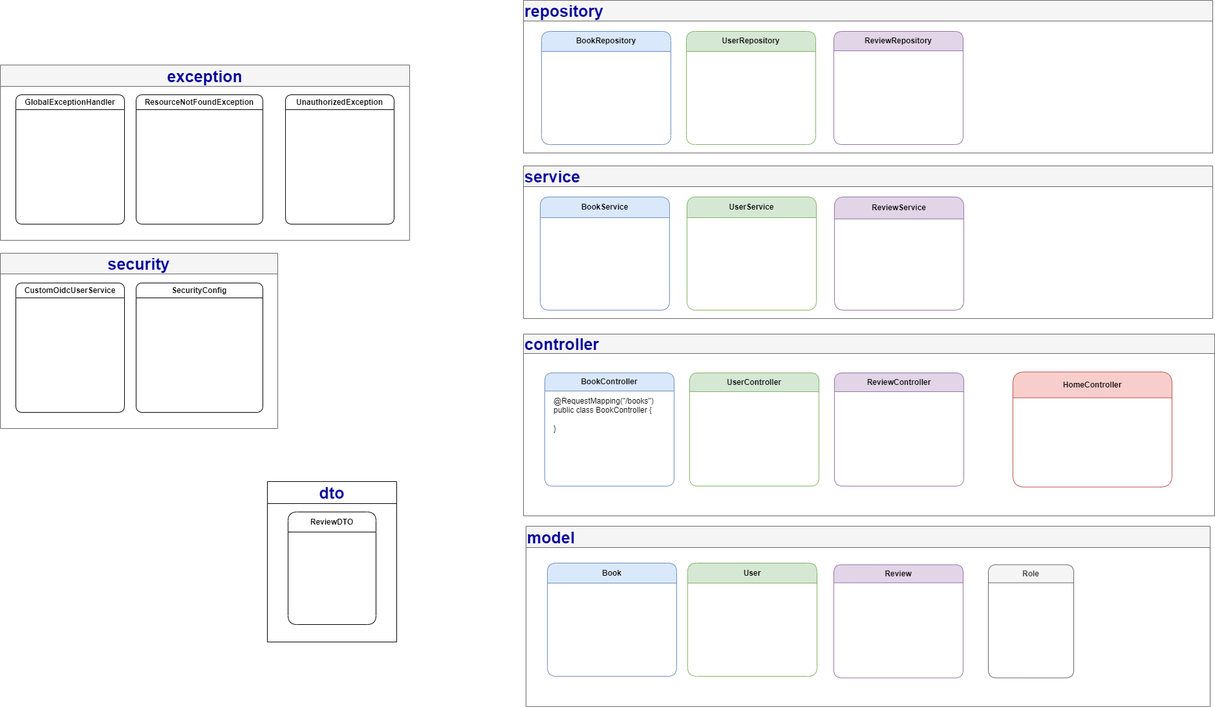
tathienbao/Backend-BookReview keeps this draw.io diagram as backend/src/main/resources/Components Diagram.drawio.png. Above is the earlier version. Source tidied: cells renumbered, new cells last; positions are measured from the earlier drawing's top-left corner, leaving out a move shared by most shapes.
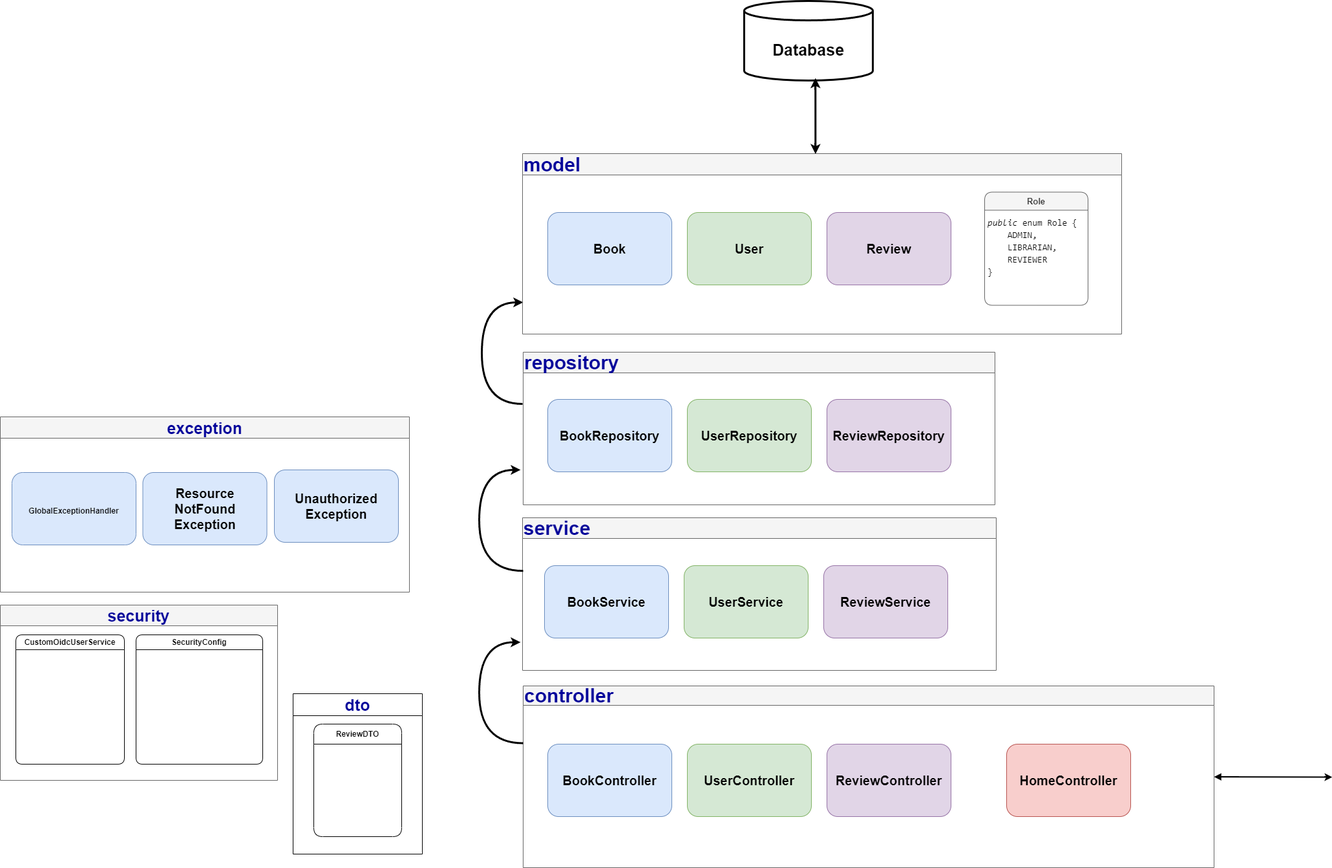
Above is the later version.

What changed in the source:
```diff
@@ -2,53 +2,50 @@
   <root>
     <mxCell id="0" />
     <mxCell id="1" parent="0" />
+    <mxCell id="30" style="edgeStyle=orthogonalEdgeStyle;curved=1;rounded=0;jettySize=auto;html=1;startArrow=block;startFill=1;strokeWidth=2;" parent="1" edge="1" source="2">
+      <mxGeometry relative="1" as="geometry">
+        <mxPoint x="2061" y="657" as="targetPoint" />
+      </mxGeometry>
+    </mxCell>
-    <mxCell id="2" value="&lt;font color=&quot;#000099&quot; style=&quot;font-size: 25px;&quot;&gt;controller&lt;/font&gt;" style="swimlane;whiteSpace=wrap;html=1;startSize=30;align=left;fillColor=#f5f5f5;fontColor=#333333;strokeColor=#666666;" parent="1" vertex="1">
+    <mxCell id="2" value="&lt;font color=&quot;#000099&quot; style=&quot;font-size: 30px;&quot;&gt;controller&lt;/font&gt;" style="swimlane;whiteSpace=wrap;html=1;startSize=30;align=left;fillColor=#f5f5f5;fontColor=#333333;strokeColor=#666666;" parent="1" vertex="1">
       <mxGeometry x="809" y="516" width="1069" height="281" as="geometry" />
     </mxCell>
-    <mxCell id="3" value="BookController" style="swimlane;whiteSpace=wrap;html=1;rounded=1;swimlaneLine=1;fillColor=#dae8fc;strokeColor=#6c8ebf;startSize=28;" parent="2" vertex="1">
-      <mxGeometry x="33" y="60" width="200" height="175" as="geometry" />
+    <mxCell id="3" value="&lt;div&gt;&lt;span style=&quot;font-size: 20px; font-weight: 700;&quot;&gt;BookController&lt;/span&gt;&lt;br&gt;&lt;/div&gt;" style="rounded=1;whiteSpace=wrap;html=1;fillColor=#dae8fc;strokeColor=#6c8ebf;" parent="2" vertex="1">
+      <mxGeometry x="38" y="90" width="192" height="112" as="geometry" />
     </mxCell>
-    <mxCell id="4" value="@RequestMapping(&quot;/books&quot;)&lt;div&gt;public class BookController {&lt;/div&gt;&lt;div&gt;&lt;span style=&quot;background-color: initial;&quot;&gt;&lt;br&gt;&lt;/span&gt;&lt;/div&gt;&lt;div&gt;&lt;span style=&quot;background-color: initial;&quot;&gt;}&lt;/span&gt;&lt;/div&gt;" style="text;html=1;align=left;verticalAlign=middle;strokeColor=none;fillColor=none;" parent="3" vertex="1">
-      <mxGeometry x="12" y="30" width="173" height="70" as="geometry" />
-    </mxCell>
+    <mxCell id="7" value="&lt;span style=&quot;font-size: 20px; font-weight: 700;&quot;&gt;UserController&lt;/span&gt;" style="rounded=1;whiteSpace=wrap;html=1;fillColor=#d5e8d4;strokeColor=#82b366;" parent="2" vertex="1">
+      <mxGeometry x="254" y="90" width="192" height="112" as="geometry" />
+    </mxCell>
+    <mxCell id="6" value="&lt;span style=&quot;font-size: 20px; font-weight: 700;&quot;&gt;ReviewController&lt;/span&gt;" style="rounded=1;whiteSpace=wrap;html=1;fillColor=#e1d5e7;strokeColor=#9673a6;" parent="2" vertex="1">
+      <mxGeometry x="470" y="90" width="192" height="112" as="geometry" />
+    </mxCell>
-    <mxCell id="5" value="HomeController" style="swimlane;whiteSpace=wrap;html=1;rounded=1;swimlaneLine=1;startSize=40;fillColor=#f8cecc;strokeColor=#b85450;" parent="2" vertex="1">
-      <mxGeometry x="757" y="58.5" width="246" height="178" as="geometry" />
+    <mxCell id="5" value="&lt;span style=&quot;font-size: 20px; font-weight: 700;&quot;&gt;HomeController&lt;/span&gt;" style="rounded=1;whiteSpace=wrap;html=1;fillColor=#f8cecc;strokeColor=#b85450;" parent="2" vertex="1">
+      <mxGeometry x="748" y="90" width="192" height="112" as="geometry" />
     </mxCell>
-    <mxCell id="6" value="ReviewController" style="swimlane;whiteSpace=wrap;html=1;rounded=1;swimlaneLine=1;startSize=29;fillColor=#e1d5e7;strokeColor=#9673a6;" parent="2" vertex="1">
-      <mxGeometry x="481" y="60" width="200" height="175" as="geometry" />
-    </mxCell>
-    <mxCell id="7" value="UserController" style="swimlane;whiteSpace=wrap;html=1;rounded=1;swimlaneLine=1;startSize=29;fillColor=#d5e8d4;strokeColor=#82b366;" parent="2" vertex="1">
-      <mxGeometry x="257" y="60" width="200" height="175" as="geometry" />
-    </mxCell>
-    <mxCell id="8" value="&lt;font color=&quot;#000099&quot; style=&quot;font-size: 25px;&quot;&gt;model&lt;/font&gt;" style="swimlane;whiteSpace=wrap;html=1;startSize=33;align=left;fillColor=#f5f5f5;fontColor=#333333;strokeColor=#666666;" parent="1" vertex="1">
-      <mxGeometry x="813" y="813" width="1058" height="279" as="geometry" />
-    </mxCell>
-    <mxCell id="9" value="Book" style="swimlane;whiteSpace=wrap;html=1;rounded=1;startSize=31;fillColor=#dae8fc;strokeColor=#6c8ebf;" parent="8" vertex="1">
-      <mxGeometry x="33" y="57" width="200" height="175" as="geometry" />
-    </mxCell>
-    <mxCell id="10" value="User" style="swimlane;whiteSpace=wrap;html=1;rounded=1;startSize=31;fillColor=#d5e8d4;strokeColor=#82b366;" parent="8" vertex="1">
-      <mxGeometry x="250" y="57" width="200" height="175" as="geometry" />
-    </mxCell>
-    <mxCell id="11" value="Review" style="swimlane;whiteSpace=wrap;html=1;rounded=1;startSize=28;fillColor=#e1d5e7;strokeColor=#9673a6;" parent="8" vertex="1">
-      <mxGeometry x="476" y="59.5" width="200" height="175" as="geometry" />
-    </mxCell>
-    <mxCell id="12" value="Role" style="swimlane;whiteSpace=wrap;html=1;rounded=1;startSize=28;fillColor=#f5f5f5;fontColor=#333333;strokeColor=#666666;" parent="8" vertex="1">
-      <mxGeometry x="715" y="59.5" width="132" height="175" as="geometry" />
-    </mxCell>
+    <mxCell id="31" style="edgeStyle=orthogonalEdgeStyle;curved=1;rounded=0;orthogonalLoop=1;jettySize=auto;html=1;exitX=0;exitY=0.25;exitDx=0;exitDy=0;entryX=0;entryY=0.75;entryDx=0;entryDy=0;strokeWidth=3;" parent="1" edge="1">
+      <mxGeometry relative="1" as="geometry">
+        <mxPoint x="808" y="80" as="sourcePoint" />
+        <mxPoint x="809" y="-77" as="targetPoint" />
+        <Array as="points">
+          <mxPoint x="745" y="79.2" />
+          <mxPoint x="745" y="-76.8" />
+        </Array>
+      </mxGeometry>
+    </mxCell>
-    <mxCell id="13" value="&lt;font color=&quot;#000099&quot; style=&quot;font-size: 25px;&quot;&gt;repository&lt;/font&gt;" style="swimlane;whiteSpace=wrap;html=1;startSize=32;align=left;fillColor=#f5f5f5;fontColor=#333333;strokeColor=#666666;" parent="1" vertex="1">
-      <mxGeometry x="809" width="1066" height="236" as="geometry" />
+    <mxCell id="13" value="&lt;font color=&quot;#000099&quot; style=&quot;font-size: 30px;&quot;&gt;repository&lt;/font&gt;" style="swimlane;whiteSpace=wrap;html=1;startSize=32;align=left;fillColor=#f5f5f5;fontColor=#333333;strokeColor=#666666;" parent="1" vertex="1">
+      <mxGeometry x="809" width="730" height="236" as="geometry" />
     </mxCell>
-    <mxCell id="14" value="BookRepository" style="swimlane;whiteSpace=wrap;html=1;rounded=1;startSize=31;fillColor=#dae8fc;strokeColor=#6c8ebf;" parent="13" vertex="1">
-      <mxGeometry x="28" y="48" width="200" height="175" as="geometry" />
+    <mxCell id="14" value="&lt;div&gt;&lt;span style=&quot;font-size: 20px; font-weight: 700;&quot;&gt;BookRepository&lt;/span&gt;&lt;br&gt;&lt;/div&gt;" style="rounded=1;whiteSpace=wrap;html=1;fillColor=#dae8fc;strokeColor=#6c8ebf;" parent="13" vertex="1">
+      <mxGeometry x="38" y="73" width="192" height="112" as="geometry" />
     </mxCell>
-    <mxCell id="15" value="UserRepository" style="swimlane;whiteSpace=wrap;html=1;rounded=1;startSize=31;fillColor=#d5e8d4;strokeColor=#82b366;" parent="13" vertex="1">
-      <mxGeometry x="252" y="48" width="200" height="175" as="geometry" />
+    <mxCell id="15" value="&lt;span style=&quot;font-size: 20px; font-weight: 700;&quot;&gt;UserRepository&lt;/span&gt;" style="rounded=1;whiteSpace=wrap;html=1;fillColor=#d5e8d4;strokeColor=#82b366;" parent="13" vertex="1">
+      <mxGeometry x="254" y="73" width="192" height="112" as="geometry" />
     </mxCell>
-    <mxCell id="16" value="ReviewRepository" style="swimlane;whiteSpace=wrap;html=1;rounded=1;startSize=30;fillColor=#e1d5e7;strokeColor=#9673a6;" parent="13" vertex="1">
-      <mxGeometry x="480" y="48" width="200" height="175" as="geometry" />
+    <mxCell id="16" value="&lt;span style=&quot;font-size: 20px; font-weight: 700;&quot;&gt;ReviewRepository&lt;/span&gt;" style="rounded=1;whiteSpace=wrap;html=1;fillColor=#e1d5e7;strokeColor=#9673a6;" parent="13" vertex="1">
+      <mxGeometry x="470" y="73" width="192" height="112" as="geometry" />
     </mxCell>
     <mxCell id="17" value="&lt;font color=&quot;#000099&quot; style=&quot;font-size: 25px;&quot;&gt;dto&lt;/font&gt;" style="swimlane;whiteSpace=wrap;html=1;startSize=34;" parent="1" vertex="1">
-      <mxGeometry x="413" y="744" width="200" height="248" as="geometry" />
+      <mxGeometry x="453" y="528" width="200" height="248" as="geometry" />
     </mxCell>
     <mxCell id="18" value="ReviewDTO" style="swimlane;whiteSpace=wrap;html=1;rounded=1;startSize=31;" parent="17" vertex="1">
       <mxGeometry x="32" y="47" width="136" height="174" as="geometry" />
@@ -56,26 +53,26 @@
     <mxCell id="19" value="&lt;font style=&quot;font-size: 25px;&quot; color=&quot;#000099&quot;&gt;exception&lt;/font&gt;" style="swimlane;whiteSpace=wrap;html=1;startSize=33;fillColor=#f5f5f5;fontColor=#333333;strokeColor=#666666;" parent="1" vertex="1">
       <mxGeometry y="100" width="633" height="271" as="geometry" />
     </mxCell>
+    <mxCell id="32" value="&lt;div style=&quot;font-size: 20px;&quot;&gt;&lt;span style=&quot;font-weight: 700;&quot;&gt;&lt;font style=&quot;font-size: 20px;&quot;&gt;Unauthorized&lt;/font&gt;&lt;/span&gt;&lt;/div&gt;&lt;div style=&quot;font-size: 20px;&quot;&gt;&lt;span style=&quot;font-weight: 700;&quot;&gt;&lt;font style=&quot;font-size: 20px;&quot;&gt;Exception&lt;/font&gt;&lt;/span&gt;&lt;br&gt;&lt;/div&gt;" style="rounded=1;whiteSpace=wrap;html=1;fillColor=#dae8fc;strokeColor=#6c8ebf;" parent="19" vertex="1">
+      <mxGeometry x="424" y="82" width="192" height="112" as="geometry" />
+    </mxCell>
+    <mxCell id="33" value="&lt;div style=&quot;font-size: 20px;&quot;&gt;&lt;span style=&quot;font-weight: 700;&quot;&gt;Resource&lt;/span&gt;&lt;/div&gt;&lt;div style=&quot;font-size: 20px;&quot;&gt;&lt;span style=&quot;font-weight: 700;&quot;&gt;NotFound&lt;/span&gt;&lt;/div&gt;&lt;div style=&quot;font-size: 20px;&quot;&gt;&lt;span style=&quot;font-weight: 700;&quot;&gt;Exception&lt;/span&gt;&lt;br&gt;&lt;/div&gt;" style="rounded=1;whiteSpace=wrap;html=1;fillColor=#dae8fc;strokeColor=#6c8ebf;" parent="19" vertex="1">
+      <mxGeometry x="220.5" y="86" width="192" height="112" as="geometry" />
+    </mxCell>
-    <mxCell id="20" value="GlobalExceptionHandler" style="swimlane;whiteSpace=wrap;html=1;rounded=1;" parent="19" vertex="1">
-      <mxGeometry x="24" y="46" width="168" height="200" as="geometry" />
+    <mxCell id="20" value="&lt;div style=&quot;font-size: 20px;&quot;&gt;&lt;span style=&quot;font-size: 12px; font-weight: 700;&quot;&gt;GlobalExceptionHandler&lt;/span&gt;&lt;br&gt;&lt;/div&gt;" style="rounded=1;whiteSpace=wrap;html=1;fillColor=#dae8fc;strokeColor=#6c8ebf;" parent="19" vertex="1">
+      <mxGeometry x="18" y="86" width="192" height="112" as="geometry" />
     </mxCell>
-    <mxCell id="21" value="ResourceNotFoundException" style="swimlane;whiteSpace=wrap;html=1;rounded=1;" parent="19" vertex="1">
-      <mxGeometry x="210" y="46" width="196" height="200" as="geometry" />
-    </mxCell>
-    <mxCell id="22" value="UnauthorizedException" style="swimlane;whiteSpace=wrap;html=1;rounded=1;" parent="19" vertex="1">
-      <mxGeometry x="441" y="46" width="168" height="200" as="geometry" />
-    </mxCell>
-    <mxCell id="23" value="&lt;font color=&quot;#000099&quot; style=&quot;font-size: 25px;&quot;&gt;service&lt;/font&gt;" style="swimlane;whiteSpace=wrap;html=1;startSize=32;align=left;fillColor=#f5f5f5;fontColor=#333333;strokeColor=#666666;" parent="1" vertex="1">
-      <mxGeometry x="809" y="256" width="1066" height="236" as="geometry" />
+    <mxCell id="23" value="&lt;font color=&quot;#000099&quot; style=&quot;font-size: 30px;&quot;&gt;service&lt;/font&gt;" style="swimlane;whiteSpace=wrap;html=1;startSize=32;align=left;fillColor=#f5f5f5;fontColor=#333333;strokeColor=#666666;" parent="1" vertex="1">
+      <mxGeometry x="808" y="256" width="733" height="236" as="geometry" />
     </mxCell>
-    <mxCell id="24" value="BookService" style="swimlane;whiteSpace=wrap;html=1;rounded=1;startSize=32;fillColor=#dae8fc;strokeColor=#6c8ebf;" parent="23" vertex="1">
-      <mxGeometry x="26" y="48" width="200" height="175" as="geometry" />
+    <mxCell id="24" value="&lt;div&gt;&lt;span style=&quot;font-size: 20px; font-weight: 700;&quot;&gt;BookService&lt;/span&gt;&lt;br&gt;&lt;/div&gt;" style="rounded=1;whiteSpace=wrap;html=1;fillColor=#dae8fc;strokeColor=#6c8ebf;" parent="23" vertex="1">
+      <mxGeometry x="34" y="74" width="192" height="112" as="geometry" />
     </mxCell>
-    <mxCell id="25" value="UserService" style="swimlane;whiteSpace=wrap;html=1;rounded=1;startSize=32;fillColor=#d5e8d4;strokeColor=#82b366;" parent="23" vertex="1">
-      <mxGeometry x="253" y="48" width="200" height="175" as="geometry" />
+    <mxCell id="25" value="&lt;span style=&quot;font-size: 20px; font-weight: 700;&quot;&gt;UserService&lt;/span&gt;" style="rounded=1;whiteSpace=wrap;html=1;fillColor=#d5e8d4;strokeColor=#82b366;" parent="23" vertex="1">
+      <mxGeometry x="250" y="74" width="192" height="112" as="geometry" />
     </mxCell>
-    <mxCell id="26" value="ReviewService" style="swimlane;whiteSpace=wrap;html=1;rounded=1;startSize=34;fillColor=#e1d5e7;strokeColor=#9673a6;" parent="23" vertex="1">
-      <mxGeometry x="481" y="48" width="200" height="175" as="geometry" />
+    <mxCell id="26" value="&lt;span style=&quot;font-size: 20px; font-weight: 700;&quot;&gt;ReviewService&lt;/span&gt;" style="rounded=1;whiteSpace=wrap;html=1;fillColor=#e1d5e7;strokeColor=#9673a6;" parent="23" vertex="1">
+      <mxGeometry x="466" y="74" width="192" height="112" as="geometry" />
     </mxCell>
     <mxCell id="27" value="&lt;font color=&quot;#000099&quot; style=&quot;font-size: 25px;&quot;&gt;security&lt;/font&gt;" style="swimlane;whiteSpace=wrap;html=1;startSize=32;fillColor=#f5f5f5;fontColor=#333333;strokeColor=#666666;" parent="1" vertex="1">
       <mxGeometry y="391" width="429" height="271" as="geometry" />
@@ -86,5 +83,49 @@
     <mxCell id="29" value="SecurityConfig" style="swimlane;whiteSpace=wrap;html=1;rounded=1;" parent="27" vertex="1">
       <mxGeometry x="210" y="46" width="196" height="200" as="geometry" />
     </mxCell>
+    <mxCell id="34" style="edgeStyle=orthogonalEdgeStyle;curved=1;rounded=0;orthogonalLoop=1;jettySize=auto;html=1;exitX=0;exitY=0.25;exitDx=0;exitDy=0;strokeWidth=3;" parent="1" edge="1">
+      <mxGeometry relative="1" as="geometry">
+        <mxPoint x="809" y="604.5" as="sourcePoint" />
+        <mxPoint x="805" y="448.4" as="targetPoint" />
+        <Array as="points">
+          <mxPoint x="741" y="604.5" />
+          <mxPoint x="741" y="448.5" />
+        </Array>
+      </mxGeometry>
+    </mxCell>
+    <mxCell id="35" style="edgeStyle=orthogonalEdgeStyle;curved=1;rounded=0;orthogonalLoop=1;jettySize=auto;html=1;exitX=0;exitY=0.25;exitDx=0;exitDy=0;strokeWidth=3;" parent="1" edge="1">
+      <mxGeometry relative="1" as="geometry">
+        <mxPoint x="809" y="338.1" as="sourcePoint" />
+        <mxPoint x="805" y="182" as="targetPoint" />
+        <Array as="points">
+          <mxPoint x="741" y="338.1" />
+          <mxPoint x="741" y="182.1" />
+        </Array>
+      </mxGeometry>
+    </mxCell>
+    <mxCell id="8" value="&lt;font color=&quot;#000099&quot; style=&quot;font-size: 30px;&quot;&gt;model&lt;/font&gt;" style="swimlane;whiteSpace=wrap;html=1;startSize=33;align=left;fillColor=#f5f5f5;fontColor=#333333;strokeColor=#666666;" parent="1" vertex="1">
+      <mxGeometry x="808" y="-307" width="927" height="279" as="geometry" />
+    </mxCell>
+    <mxCell id="12" value="&lt;font style=&quot;font-size: 13px;&quot;&gt;Role&lt;/font&gt;" style="swimlane;whiteSpace=wrap;html=1;rounded=1;startSize=28;fillColor=#f5f5f5;fontColor=#333333;strokeColor=#666666;" parent="8" vertex="1">
+      <mxGeometry x="715" y="59.5" width="160" height="175" as="geometry" />
+    </mxCell>
+    <mxCell id="36" value="&lt;div style=&quot;font-family: Consolas, &amp;quot;Courier New&amp;quot;, monospace; font-size: 14px; line-height: 19px; white-space-collapse: preserve;&quot;&gt;&lt;div style=&quot;&quot;&gt;&lt;span style=&quot;background-color: rgb(255, 255, 255);&quot;&gt;&lt;span style=&quot;font-style: italic;&quot;&gt;public&lt;/span&gt; enum Role {&lt;/span&gt;&lt;/div&gt;&lt;div style=&quot;&quot;&gt;&lt;span style=&quot;background-color: rgb(255, 255, 255);&quot;&gt;&amp;nbsp; &amp;nbsp; ADMIN,&lt;/span&gt;&lt;/div&gt;&lt;div style=&quot;&quot;&gt;&lt;span style=&quot;background-color: rgb(255, 255, 255);&quot;&gt;&amp;nbsp; &amp;nbsp; LIBRARIAN,&lt;/span&gt;&lt;/div&gt;&lt;div style=&quot;&quot;&gt;&lt;span style=&quot;background-color: rgb(255, 255, 255);&quot;&gt;&amp;nbsp; &amp;nbsp; REVIEWER&lt;/span&gt;&lt;/div&gt;&lt;div style=&quot;&quot;&gt;&lt;span style=&quot;background-color: rgb(255, 255, 255);&quot;&gt;}&lt;/span&gt;&lt;/div&gt;&lt;/div&gt;" style="text;html=1;align=left;verticalAlign=middle;strokeColor=none;fillColor=none;" parent="12" vertex="1">
+      <mxGeometry x="3" y="31.5" width="157" height="107" as="geometry" />
+    </mxCell>
+    <mxCell id="9" value="&lt;div&gt;&lt;span style=&quot;font-size: 20px; font-weight: 700;&quot;&gt;Book&lt;/span&gt;&lt;br&gt;&lt;/div&gt;" style="rounded=1;whiteSpace=wrap;html=1;fillColor=#dae8fc;strokeColor=#6c8ebf;" parent="8" vertex="1">
+      <mxGeometry x="39" y="91" width="192" height="112" as="geometry" />
+    </mxCell>
+    <mxCell id="10" value="&lt;span style=&quot;font-size: 20px; font-weight: 700;&quot;&gt;User&lt;/span&gt;" style="rounded=1;whiteSpace=wrap;html=1;fillColor=#d5e8d4;strokeColor=#82b366;" parent="8" vertex="1">
+      <mxGeometry x="255" y="91" width="192" height="112" as="geometry" />
+    </mxCell>
+    <mxCell id="11" value="&lt;span style=&quot;font-size: 20px; font-weight: 700;&quot;&gt;Review&lt;/span&gt;" style="rounded=1;whiteSpace=wrap;html=1;fillColor=#e1d5e7;strokeColor=#9673a6;" parent="8" vertex="1">
+      <mxGeometry x="471" y="91" width="192" height="112" as="geometry" />
+    </mxCell>
+    <mxCell id="37" value="&lt;font style=&quot;font-size: 25px;&quot;&gt;&lt;b&gt;Database&lt;/b&gt;&lt;/font&gt;" style="shape=cylinder3;whiteSpace=wrap;html=1;boundedLbl=1;backgroundOutline=1;size=15;strokeWidth=3;" parent="1" vertex="1">
+      <mxGeometry x="1151" y="-543" width="199" height="123" as="geometry" />
+    </mxCell>
+    <mxCell id="38" style="endArrow=classic;startArrow=classic;html=1;rounded=0;curved=1;entryX=0.554;entryY=0.97;entryDx=0;entryDy=0;entryPerimeter=0;exitX=0.489;exitY=0.002;exitDx=0;exitDy=0;exitPerimeter=0;strokeWidth=3;" parent="1" edge="1" source="8" target="37">
+      <mxGeometry relative="1" as="geometry" />
+    </mxCell>
   </root>
 </mxGraphModel>
```
